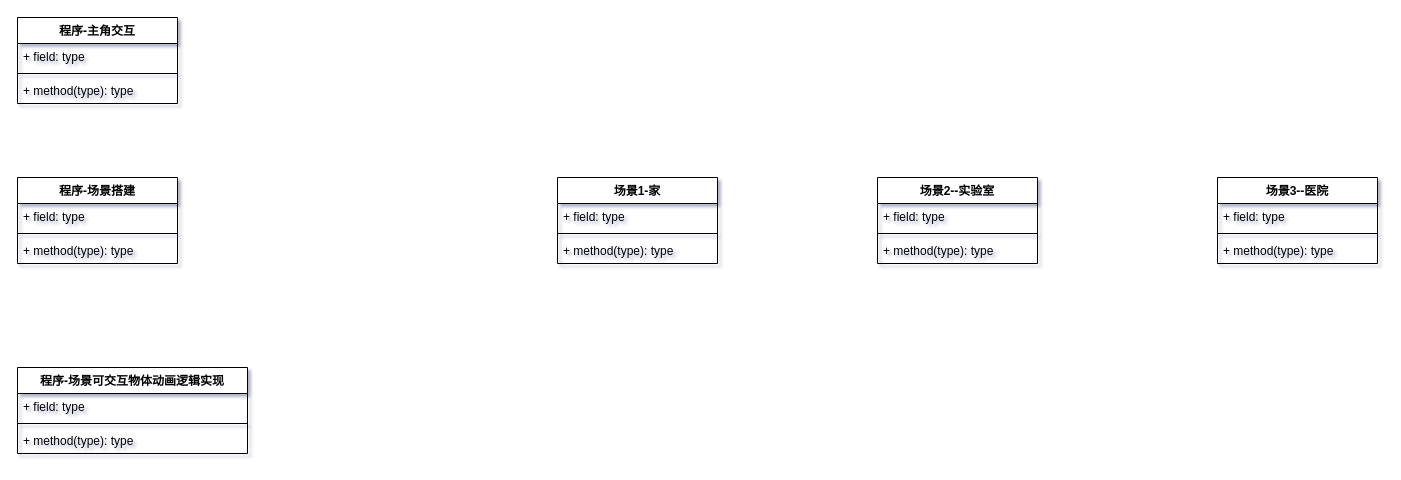
XDIOEZ/Game-Development-Division-of-Labor keeps this draw.io diagram as page "基础分工" (1 of 4) of 未命名绘图.drawio. Above is the earlier version. Source tidied: cells renumbered, new cells numbered last; positions are measured from the earlier drawing's top-left corner, leaving out a move shared by most shapes. Both pictures are drawn from the tidied source at 100%, with x=0, y=0 at pixel (17, 17).
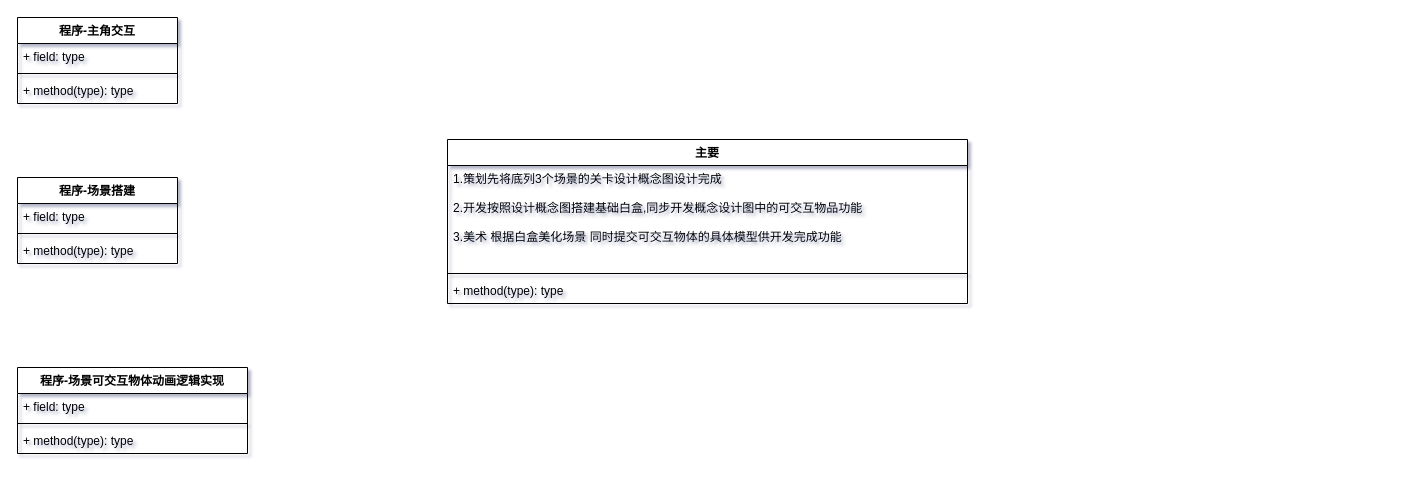
The same page after the edit.

What changed in the source:
```diff
@@
-    <mxCell id="14" value="场景1-家" style="swimlane;fontStyle=1;align=center;verticalAlign=top;horizontal=1;startSize=26;whiteSpace=wrap;html=1;" parent="1" vertex="1">
-      <mxGeometry x="540" y="160" width="160" height="86" as="geometry" />
-    </mxCell>
-    <mxCell id="15" value="+ field: type" style="text;strokeColor=none;fillColor=none;align=left;verticalAlign=top;spacingLeft=4;spacingRight=4;overflow=hidden;whiteSpace=wrap;html=1;" parent="14" vertex="1">
-      <mxGeometry y="26" width="160" height="26" as="geometry" />
-    </mxCell>
-    <mxCell id="16" style="line;strokeWidth=1;fillColor=none;align=left;verticalAlign=middle;spacingTop=-1;spacingLeft=3;spacingRight=3;labelPosition=right;strokeColor=inherit;" parent="14" vertex="1">
-      <mxGeometry y="52" width="160" height="8" as="geometry" />
-    </mxCell>
-    <mxCell id="17" value="+ method(type): type" style="text;strokeColor=none;fillColor=none;align=left;verticalAlign=top;spacingLeft=4;spacingRight=4;overflow=hidden;whiteSpace=wrap;html=1;" parent="14" vertex="1">
-      <mxGeometry y="60" width="160" height="26" as="geometry" />
-    </mxCell>
-    <mxCell id="18" value="场景2--实验室" style="swimlane;fontStyle=1;align=center;verticalAlign=top;horizontal=1;startSize=26;whiteSpace=wrap;html=1;" parent="1" vertex="1">
-      <mxGeometry x="860" y="160" width="160" height="86" as="geometry" />
-    </mxCell>
-    <mxCell id="19" value="+ field: type" style="text;strokeColor=none;fillColor=none;align=left;verticalAlign=top;spacingLeft=4;spacingRight=4;overflow=hidden;whiteSpace=wrap;html=1;" parent="18" vertex="1">
-      <mxGeometry y="26" width="160" height="26" as="geometry" />
-    </mxCell>
-    <mxCell id="20" style="line;strokeWidth=1;fillColor=none;align=left;verticalAlign=middle;spacingTop=-1;spacingLeft=3;spacingRight=3;labelPosition=right;strokeColor=inherit;" parent="18" vertex="1">
-      <mxGeometry y="52" width="160" height="8" as="geometry" />
-    </mxCell>
-    <mxCell id="21" value="+ method(type): type" style="text;strokeColor=none;fillColor=none;align=left;verticalAlign=top;spacingLeft=4;spacingRight=4;overflow=hidden;whiteSpace=wrap;html=1;" parent="18" vertex="1">
-      <mxGeometry y="60" width="160" height="26" as="geometry" />
-    </mxCell>
-    <mxCell id="22" value="场景3--医院" style="swimlane;fontStyle=1;align=center;verticalAlign=top;horizontal=1;startSize=26;whiteSpace=wrap;html=1;" parent="1" vertex="1">
-      <mxGeometry x="1200" y="160" width="160" height="86" as="geometry" />
-    </mxCell>
-    <mxCell id="23" value="+ field: type" style="text;strokeColor=none;fillColor=none;align=left;verticalAlign=top;spacingLeft=4;spacingRight=4;overflow=hidden;whiteSpace=wrap;html=1;" parent="22" vertex="1">
-      <mxGeometry y="26" width="160" height="26" as="geometry" />
-    </mxCell>
-    <mxCell id="24" style="line;strokeWidth=1;fillColor=none;align=left;verticalAlign=middle;spacingTop=-1;spacingLeft=3;spacingRight=3;labelPosition=right;strokeColor=inherit;" parent="22" vertex="1">
-      <mxGeometry y="52" width="160" height="8" as="geometry" />
-    </mxCell>
-    <mxCell id="25" value="+ method(type): type" style="text;strokeColor=none;fillColor=none;align=left;verticalAlign=top;spacingLeft=4;spacingRight=4;overflow=hidden;whiteSpace=wrap;html=1;" parent="22" vertex="1">
-      <mxGeometry y="60" width="160" height="26" as="geometry" />
-    </mxCell>
+    <mxCell id="26" value="主要" style="swimlane;fontStyle=1;align=center;verticalAlign=top;horizontal=1;startSize=26;whiteSpace=wrap;html=1;" parent="1" vertex="1">
+      <mxGeometry x="430" y="122" width="520" height="164" as="geometry" />
+    </mxCell>
+    <mxCell id="27" value="1.策划先将底列3个场景的关卡设计概念图设计完成&lt;div&gt;&lt;br&gt;&lt;div&gt;2.开发按照设计概念图搭建基础白盒,同步开发概念设计图中的可交互物品功能&lt;/div&gt;&lt;div&gt;&lt;br&gt;&lt;/div&gt;&lt;div&gt;3.美术 根据白盒美化场景 同时提交可交互物体的具体模型供开发完成功能&lt;/div&gt;&lt;/div&gt;" style="text;strokeColor=none;fillColor=none;align=left;verticalAlign=top;spacingLeft=4;spacingRight=4;overflow=hidden;whiteSpace=wrap;html=1;" parent="26" vertex="1">
+      <mxGeometry y="26" width="520" height="104" as="geometry" />
+    </mxCell>
+    <mxCell id="28" style="line;strokeWidth=1;fillColor=none;align=left;verticalAlign=middle;spacingTop=-1;spacingLeft=3;spacingRight=3;labelPosition=right;strokeColor=inherit;" parent="26" vertex="1">
+      <mxGeometry y="130" width="520" height="8" as="geometry" />
+    </mxCell>
+    <mxCell id="29" value="+ method(type): type" style="text;strokeColor=none;fillColor=none;align=left;verticalAlign=top;spacingLeft=4;spacingRight=4;overflow=hidden;whiteSpace=wrap;html=1;" parent="26" vertex="1">
+      <mxGeometry y="138" width="520" height="26" as="geometry" />
+    </mxCell>
```
